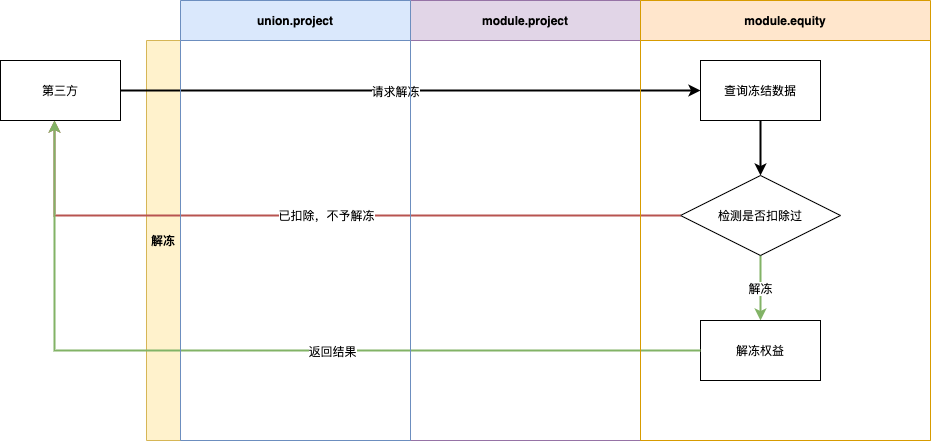
Earlier version of the draw.io export 解冻.png (zuoqiang320/uniondrug). Source tidied: cells renumbered, new cells last; positions are measured from the earlier drawing's top-left corner, leaving out a move shared by most shapes. Source of this version:
```xml
<mxGraphModel>
  <root>
    <mxCell id="0" />
    <mxCell id="1" parent="0" />
    <mxCell id="2" value="解冻" style="swimlane;direction=north;fillColor=#fff2cc;strokeColor=#d6b656;startSize=34;verticalAlign=middle;" parent="1" vertex="1">
      <mxGeometry x="146" y="40" width="784" height="400" as="geometry" />
    </mxCell>
    <mxCell id="3" value="查询冻结数据" style="rounded=0;whiteSpace=wrap;html=1;startSize=34;strokeWidth=1;" parent="1" vertex="1">
      <mxGeometry x="700" y="60" width="120" height="60" as="geometry" />
    </mxCell>
    <mxCell id="4" value="解冻" style="edgeStyle=orthogonalEdgeStyle;rounded=0;jettySize=auto;html=1;exitX=0.5;exitY=1;exitDx=0;exitDy=0;startSize=34;strokeWidth=2;fillColor=#d5e8d4;strokeColor=#82b366;" parent="1" edge="1" source="5" target="6">
      <mxGeometry relative="1" as="geometry" />
    </mxCell>
    <mxCell id="5" value="检测是否扣除过" style="rhombus;whiteSpace=wrap;html=1;startSize=34;strokeWidth=1;" parent="1" vertex="1">
      <mxGeometry x="680" y="175" width="160" height="80" as="geometry" />
    </mxCell>
    <mxCell id="6" value="解冻权益" style="rounded=0;whiteSpace=wrap;html=1;startSize=34;strokeWidth=1;" parent="1" vertex="1">
      <mxGeometry x="700" y="320" width="120" height="60" as="geometry" />
    </mxCell>
    <mxCell id="7" style="edgeStyle=orthogonalEdgeStyle;rounded=0;jettySize=auto;html=1;exitX=0.5;exitY=1;exitDx=0;exitDy=0;entryX=0.5;entryY=0;entryDx=0;entryDy=0;startSize=34;strokeWidth=2;" parent="1" edge="1" target="5">
      <mxGeometry relative="1" as="geometry">
        <mxPoint x="760" y="120" as="sourcePoint" />
      </mxGeometry>
    </mxCell>
    <mxCell id="8" style="edgeStyle=orthogonalEdgeStyle;rounded=0;jettySize=auto;html=1;exitX=0;exitY=0.5;exitDx=0;exitDy=0;entryX=0.5;entryY=1;entryDx=0;entryDy=0;startSize=34;strokeWidth=2;fillColor=#f8cecc;strokeColor=#b85450;" parent="1" edge="1" source="5">
      <mxGeometry relative="1" as="geometry">
        <mxPoint x="54" y="120" as="targetPoint" />
      </mxGeometry>
    </mxCell>
    <mxCell id="9" value="已扣除，不予解冻" style="edgeLabel;html=1;align=center;verticalAlign=middle;" parent="8" vertex="1">
      <mxGeometry x="-0.02" y="-1" relative="1" as="geometry" />
    </mxCell>
    <mxCell id="10" style="edgeStyle=orthogonalEdgeStyle;rounded=0;jettySize=auto;html=1;exitX=0;exitY=0.5;exitDx=0;exitDy=0;entryX=0.5;entryY=1;entryDx=0;entryDy=0;startSize=34;strokeWidth=2;fillColor=#d5e8d4;strokeColor=#82b366;" parent="1" edge="1" source="6">
      <mxGeometry relative="1" as="geometry">
        <mxPoint x="54" y="120" as="targetPoint" />
      </mxGeometry>
    </mxCell>
    <mxCell id="11" value="返回结果" style="edgeLabel;html=1;align=center;verticalAlign=middle;" parent="10" vertex="1">
      <mxGeometry x="-0.16" relative="1" as="geometry" />
    </mxCell>
    <mxCell id="12" style="edgeStyle=orthogonalEdgeStyle;rounded=0;jettySize=auto;html=1;exitX=1;exitY=0.5;exitDx=0;exitDy=0;startSize=34;strokeWidth=2;" parent="1" edge="1" source="14" target="3">
      <mxGeometry relative="1" as="geometry" />
    </mxCell>
    <mxCell id="13" value="请求解冻" style="edgeLabel;html=1;align=center;verticalAlign=middle;" parent="12" vertex="1">
      <mxGeometry x="-0.06" relative="1" as="geometry" />
    </mxCell>
    <mxCell id="14" value="第三方" style="whiteSpace=wrap;html=1;align=center;newEdgeStyle={&quot;edgeStyle&quot;:&quot;elbowEdgeStyle&quot;,&quot;startArrow&quot;:&quot;none&quot;,&quot;endArrow&quot;:&quot;none&quot;};" parent="1" vertex="1">
      <mxGeometry y="60" width="120" height="60" as="geometry" />
    </mxCell>
    <mxCell id="15" value="module.project" style="swimlane;startSize=40;fillColor=#e1d5e7;strokeColor=#9673a6;strokeWidth=1;" parent="1" vertex="1">
      <mxGeometry x="410" width="230" height="440" as="geometry" />
    </mxCell>
    <mxCell id="16" value="module.equity" style="swimlane;startSize=40;fillColor=#ffe6cc;strokeColor=#d79b00;" parent="1" vertex="1">
      <mxGeometry x="640" width="290" height="440" as="geometry" />
    </mxCell>
    <mxCell id="17" value="union.project" style="swimlane;startSize=40;fillColor=#dae8fc;strokeColor=#6c8ebf;" parent="1" vertex="1">
      <mxGeometry x="180" width="230" height="440" as="geometry" />
    </mxCell>
  </root>
</mxGraphModel>
```
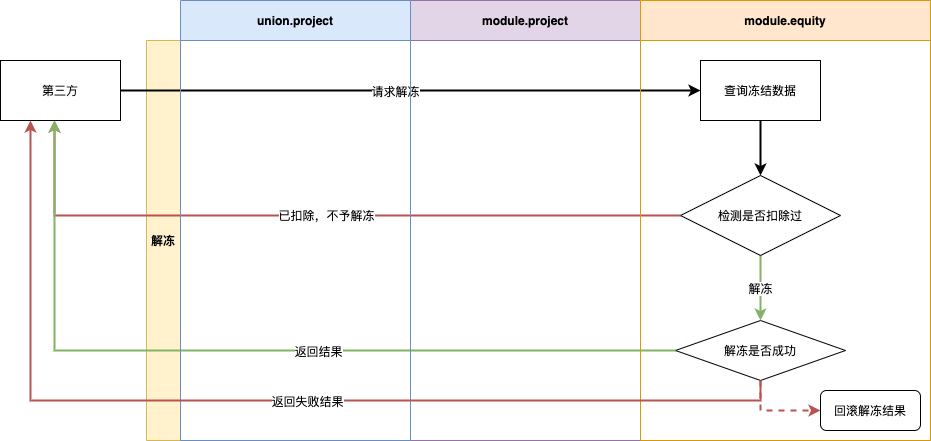
Above is the later version.

What changed in the source:
```diff
@@ -5,18 +5,26 @@
     <mxCell id="2" value="解冻" style="swimlane;direction=north;fillColor=#fff2cc;strokeColor=#d6b656;startSize=34;verticalAlign=middle;" parent="1" vertex="1">
       <mxGeometry x="146" y="40" width="784" height="400" as="geometry" />
     </mxCell>
+    <mxCell id="18" style="edgeStyle=orthogonalEdgeStyle;rounded=0;jettySize=auto;html=1;exitX=0.5;exitY=1;exitDx=0;exitDy=0;entryX=0;entryY=0.5;entryDx=0;entryDy=0;strokeWidth=2;fillColor=#f8cecc;strokeColor=#b85450;dashed=1;" parent="2" edge="1" source="19" target="20">
+      <mxGeometry relative="1" as="geometry" />
+    </mxCell>
+    <mxCell id="19" value="解冻是否成功" style="rhombus;whiteSpace=wrap;html=1;" parent="2" vertex="1">
+      <mxGeometry x="529" y="280" width="170" height="60" as="geometry" />
+    </mxCell>
+    <mxCell id="20" value="回滚解冻结果" style="rounded=1;whiteSpace=wrap;html=1;" parent="2" vertex="1">
+      <mxGeometry x="674" y="350" width="100" height="40" as="geometry" />
+    </mxCell>
     <mxCell id="3" value="查询冻结数据" style="rounded=0;whiteSpace=wrap;html=1;startSize=34;strokeWidth=1;" parent="1" vertex="1">
       <mxGeometry x="700" y="60" width="120" height="60" as="geometry" />
     </mxCell>
-    <mxCell id="4" value="解冻" style="edgeStyle=orthogonalEdgeStyle;rounded=0;jettySize=auto;html=1;exitX=0.5;exitY=1;exitDx=0;exitDy=0;startSize=34;strokeWidth=2;fillColor=#d5e8d4;strokeColor=#82b366;" parent="1" edge="1" source="5" target="6">
-      <mxGeometry relative="1" as="geometry" />
+    <mxCell id="4" value="解冻" style="edgeStyle=orthogonalEdgeStyle;rounded=0;jettySize=auto;html=1;exitX=0.5;exitY=1;exitDx=0;exitDy=0;startSize=34;strokeWidth=2;fillColor=#d5e8d4;strokeColor=#82b366;" parent="1" edge="1" source="5">
+      <mxGeometry relative="1" as="geometry">
+        <mxPoint x="760" y="320" as="targetPoint" />
+      </mxGeometry>
     </mxCell>
     <mxCell id="5" value="检测是否扣除过" style="rhombus;whiteSpace=wrap;html=1;startSize=34;strokeWidth=1;" parent="1" vertex="1">
       <mxGeometry x="680" y="175" width="160" height="80" as="geometry" />
     </mxCell>
-    <mxCell id="6" value="解冻权益" style="rounded=0;whiteSpace=wrap;html=1;startSize=34;strokeWidth=1;" parent="1" vertex="1">
-      <mxGeometry x="700" y="320" width="120" height="60" as="geometry" />
-    </mxCell>
     <mxCell id="7" style="edgeStyle=orthogonalEdgeStyle;rounded=0;jettySize=auto;html=1;exitX=0.5;exitY=1;exitDx=0;exitDy=0;entryX=0.5;entryY=0;entryDx=0;entryDy=0;startSize=34;strokeWidth=2;" parent="1" edge="1" target="5">
       <mxGeometry relative="1" as="geometry">
         <mxPoint x="760" y="120" as="sourcePoint" />
@@ -30,7 +38,7 @@
     <mxCell id="9" value="已扣除，不予解冻" style="edgeLabel;html=1;align=center;verticalAlign=middle;" parent="8" vertex="1">
       <mxGeometry x="-0.02" y="-1" relative="1" as="geometry" />
     </mxCell>
-    <mxCell id="10" style="edgeStyle=orthogonalEdgeStyle;rounded=0;jettySize=auto;html=1;exitX=0;exitY=0.5;exitDx=0;exitDy=0;entryX=0.5;entryY=1;entryDx=0;entryDy=0;startSize=34;strokeWidth=2;fillColor=#d5e8d4;strokeColor=#82b366;" parent="1" edge="1" source="6">
+    <mxCell id="10" style="edgeStyle=orthogonalEdgeStyle;rounded=0;jettySize=auto;html=1;entryX=0.5;entryY=1;entryDx=0;entryDy=0;startSize=34;strokeWidth=2;fillColor=#d5e8d4;strokeColor=#82b366;" parent="1" edge="1" source="19">
       <mxGeometry relative="1" as="geometry">
         <mxPoint x="54" y="120" as="targetPoint" />
       </mxGeometry>
@@ -56,5 +64,11 @@
     <mxCell id="17" value="union.project" style="swimlane;startSize=40;fillColor=#dae8fc;strokeColor=#6c8ebf;" parent="1" vertex="1">
       <mxGeometry x="180" width="230" height="440" as="geometry" />
     </mxCell>
+    <mxCell id="21" style="edgeStyle=orthogonalEdgeStyle;rounded=0;jettySize=auto;html=1;exitX=0.5;exitY=1;exitDx=0;exitDy=0;entryX=0.25;entryY=1;entryDx=0;entryDy=0;strokeWidth=2;fillColor=#f8cecc;strokeColor=#b85450;" parent="1" edge="1" source="19" target="14">
+      <mxGeometry relative="1" as="geometry" />
+    </mxCell>
+    <mxCell id="22" value="返回失败结果" style="edgeLabel;html=1;align=center;verticalAlign=middle;" parent="21" vertex="1">
+      <mxGeometry x="-0.08" relative="1" as="geometry" />
+    </mxCell>
   </root>
 </mxGraphModel>
```
